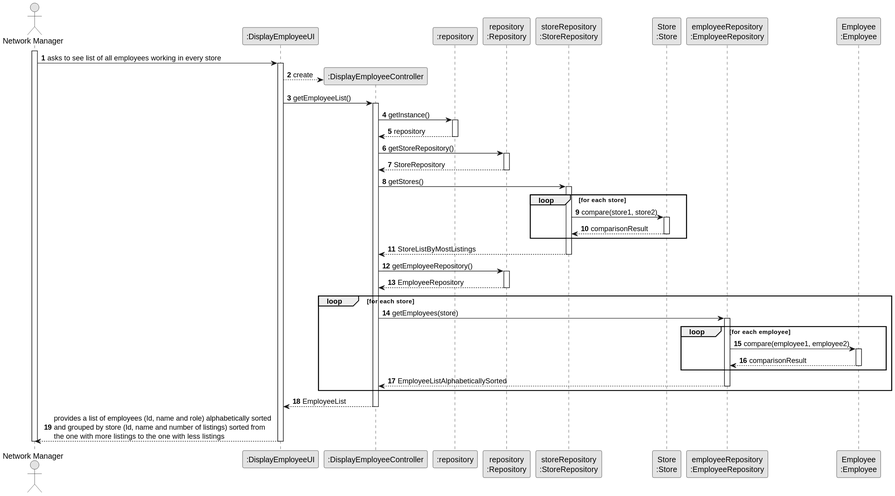
The PlantUML diagram docs/sprintC/US13/03.design/svg/us13-sequence-diagram-full.svg in PureNimble/ISEP-LAPR2, before a commit.
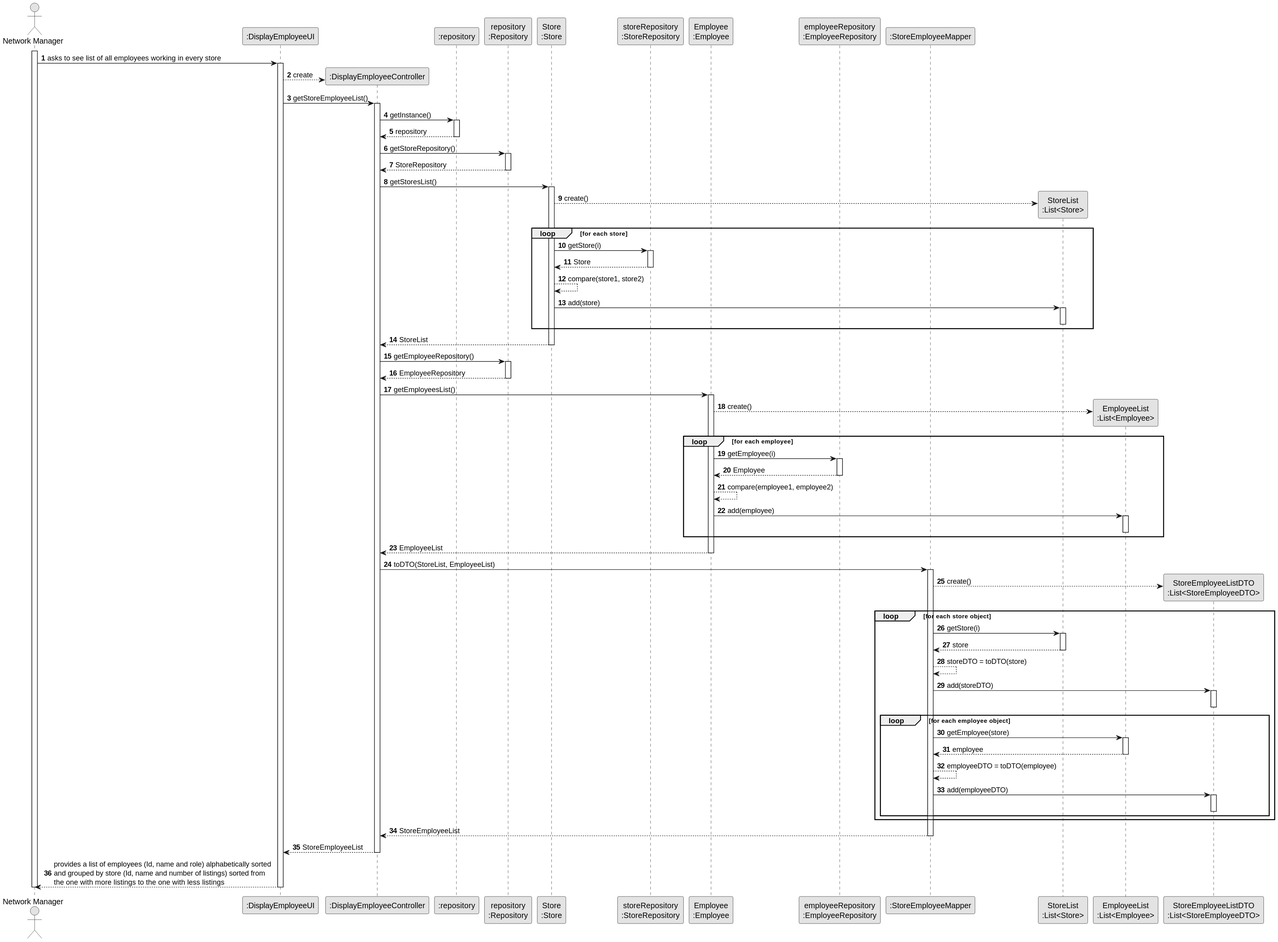
Later version of the same file.

What changed in the source:
```diff
@@ -10,10 +10,14 @@
 participant ":DisplayEmployeeController" as DisplayEmployeeController
 participant ":repository" as RepositorySingleton
 participant "repository\n:Repository" as repository
+participant "Store\n:Store" as Store
 participant "storeRepository\n:StoreRepository" as StoreRepository
-participant "Store\n:Store" as Store
+participant "Employee\n:Employee" as Employee
 participant "employeeRepository\n:EmployeeRepository" as EmployeeRepository
-participant "Employee\n:Employee" as Employee
+participant ":StoreEmployeeMapper" as StoreEmployeeMapper
+participant "StoreList\n:List<Store>" as StoreList
+participant "EmployeeList\n:List<Employee>" as EmployeeList
+participant "StoreEmployeeListDTO\n:List<StoreEmployeeDTO>" as StoreEmployeeList
 
 activate Manager
 
@@ -23,7 +27,7 @@
     create DisplayEmployeeController
     DisplayEmployeeUI --> DisplayEmployeeController** : create
 
-    DisplayEmployeeUI -> DisplayEmployeeController : getEmployeeList()
+    DisplayEmployeeUI -> DisplayEmployeeController : getStoreEmployeeList()
         activate DisplayEmployeeController
 
     DisplayEmployeeController -> RepositorySingleton : getInstance()
@@ -41,49 +45,98 @@
 
             deactivate repository
 
-            DisplayEmployeeController -> StoreRepository : getStores()
-                    activate StoreRepository
+                DisplayEmployeeController -> Store : getStoresList()
+                activate Store
+
+                create StoreList
+                Store --> StoreList** : create()
 
                     loop for each store
 
-                        StoreRepository -> Store : compare(store1, store2)
-                        activate Store
+                        Store -> StoreRepository : getStore(i)
+                        activate StoreRepository
+                        StoreRepository --> Store : Store
+                        deactivate StoreRepository
 
-                        Store --> StoreRepository : comparisonResult
-                        deactivate Store
+                        Store --> Store : compare(store1, store2)
+
+                        Store -> StoreList : add(store)
+                        activate StoreList
+                        deactivate StoreList
 
                     end
 
-                        StoreRepository --> DisplayEmployeeController : StoreListByMostListings
-                    deactivate StoreRepository
+                Store --> DisplayEmployeeController : StoreList
 
-                    DisplayEmployeeController -> repository : getEmployeeRepository()
+                deactivate Store
+
+                DisplayEmployeeController -> repository : getEmployeeRepository()
                     activate repository
 
                         repository --> DisplayEmployeeController : EmployeeRepository
                     deactivate repository
 
-                    loop for each store
+                DisplayEmployeeController -> Employee : getEmployeesList()
+                activate Employee
 
-                        DisplayEmployeeController -> EmployeeRepository : getEmployees(store)
+                create EmployeeList
+                Employee --> EmployeeList** : create()
+
+                    loop for each employee
+
+                        Employee -> EmployeeRepository : getEmployee(i)
                         activate EmployeeRepository
+                        EmployeeRepository --> Employee : Employee
+                        deactivate EmployeeRepository
+                        Employee --> Employee : compare(employee1, employee2)
+                        Employee -> EmployeeList : add(employee)
+                        activate EmployeeList
+                        deactivate EmployeeList
 
-                        loop for each employee
-
-                            EmployeeRepository -> Employee : compare(employee1, employee2)
-                            activate Employee
-
-                            Employee --> EmployeeRepository : comparisonResult
-                            deactivate Employee
-
-                        end
-
-                            EmployeeRepository --> DisplayEmployeeController : EmployeeListAlphabeticallySorted
-                        deactivate EmployeeRepository
                     end
 
-                DisplayEmployeeController --> DisplayEmployeeUI : EmployeeList
-            deactivate DisplayEmployeeController
+                Employee --> DisplayEmployeeController : EmployeeList
+                deactivate Employee
+
+                DisplayEmployeeController -> StoreEmployeeMapper : toDTO(StoreList, EmployeeList)
+                activate StoreEmployeeMapper
+
+                create StoreEmployeeList
+                StoreEmployeeMapper --> StoreEmployeeList** : create()
+
+                loop for each store object
+
+                    StoreEmployeeMapper -> StoreList : getStore(i)
+                    activate StoreList
+                    StoreList --> StoreEmployeeMapper : store
+                    deactivate StoreList
+
+                    StoreEmployeeMapper --> StoreEmployeeMapper : storeDTO = toDTO(store)
+
+                    StoreEmployeeMapper -> StoreEmployeeList : add(storeDTO)
+                    activate StoreEmployeeList
+                    deactivate StoreEmployeeList
+
+                    loop for each employee object
+
+                        StoreEmployeeMapper -> EmployeeList : getEmployee(store)
+                        activate EmployeeList
+                        EmployeeList --> StoreEmployeeMapper : employee
+                        deactivate EmployeeList
+                        StoreEmployeeMapper --> StoreEmployeeMapper : employeeDTO = toDTO(employee)
+                        StoreEmployeeMapper -> StoreEmployeeList : add(employeeDTO)
+                        activate StoreEmployeeList
+                        deactivate StoreEmployeeList
+
+                    end
+
+                end
+
+                StoreEmployeeMapper --> DisplayEmployeeController : StoreEmployeeList
+                deactivate StoreEmployeeMapper
+
+                DisplayEmployeeController --> DisplayEmployeeUI : StoreEmployeeList
+                deactivate DisplayEmployeeController
 
     DisplayEmployeeUI --> Manager : provides a list of employees (Id, name and role) alphabetically sorted\nand grouped by store (Id, name and number of listings) sorted from \nthe one with more listings to the one with less listings
     deactivate DisplayEmployeeUI
```
